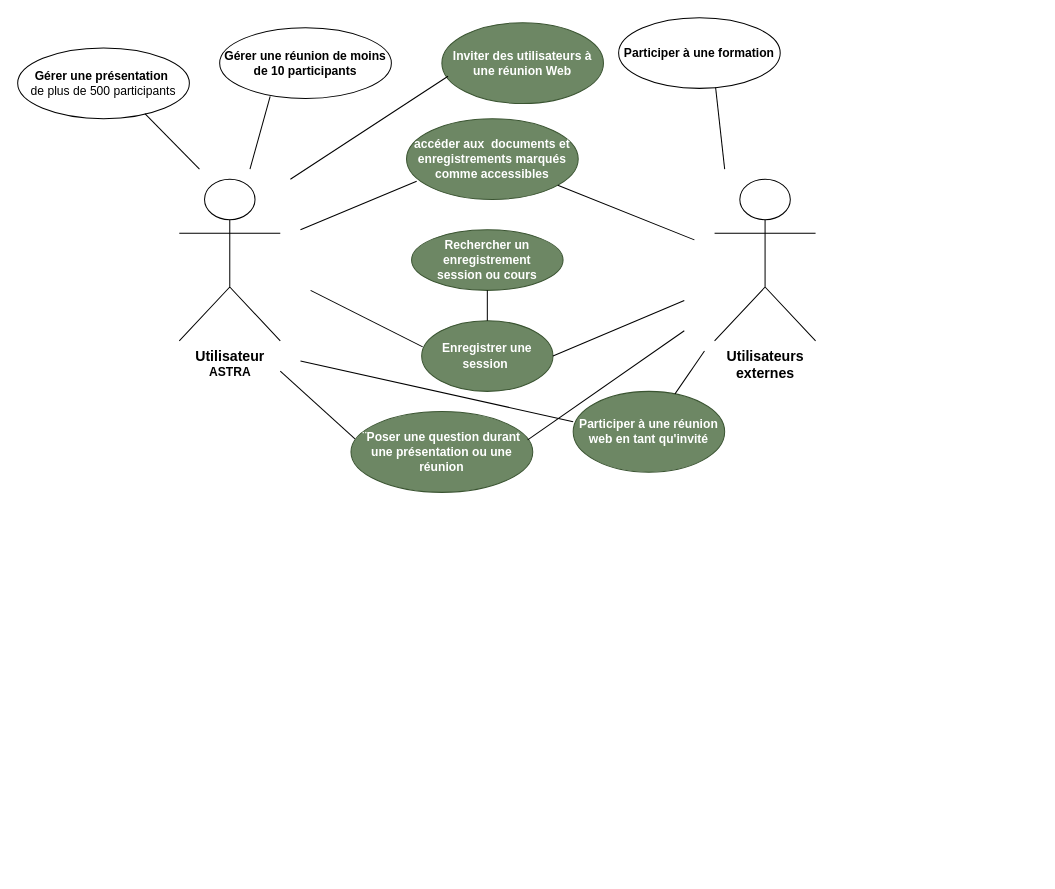
Above: page "CasUtilisation_AstraRecherche" (9 of 10) of AstraComponentDiagr.drawio in Lamessolo/ProjetLeadTech (draw.io), before the change. Source tidied: cells renumbered, new cells numbered last; positions are measured from the earlier drawing's top-left corner, leaving out a move shared by most shapes. Both pictures are drawn from the tidied source at 101%, with x=0, y=0 at pixel (17, 17).
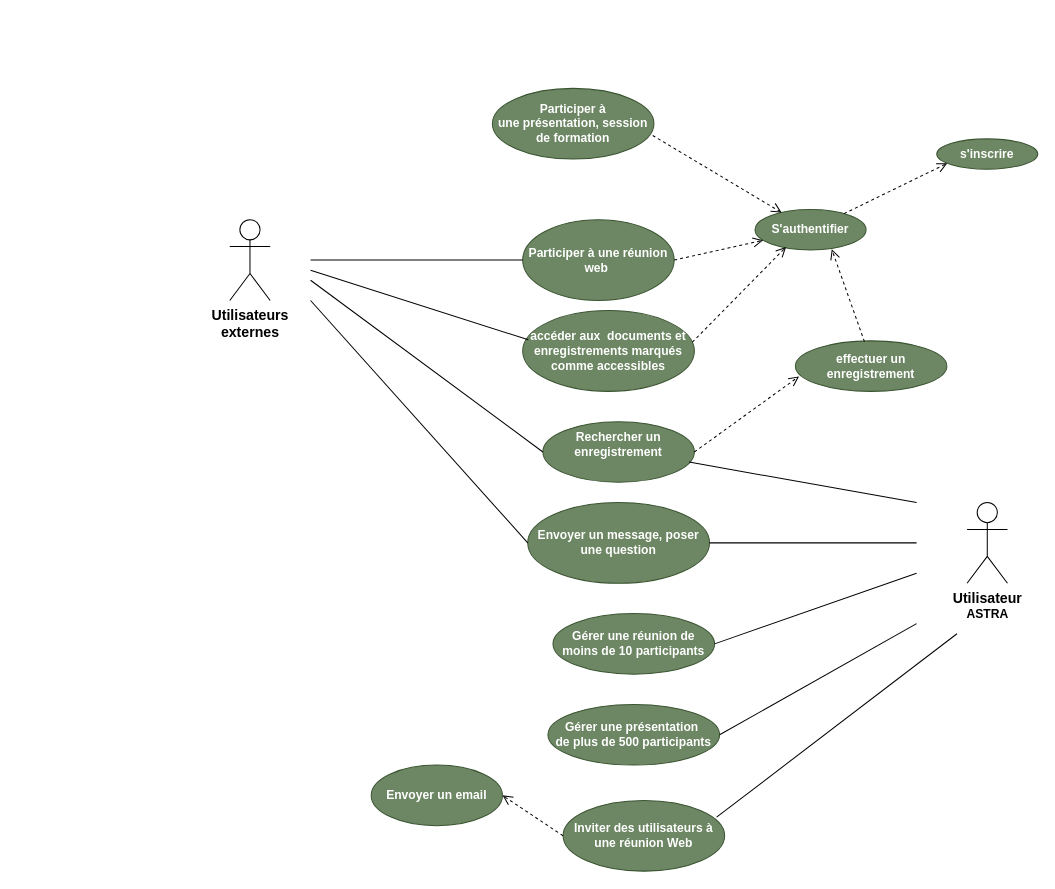
After the change.

What changed in the source:
```diff
@@
     <mxCell id="2" value="&lt;b&gt;&lt;font style=&quot;font-size: 14px&quot;&gt;Utilisateurs&lt;br&gt;externes&lt;/font&gt;&lt;/b&gt;" style="shape=umlActor;verticalLabelPosition=bottom;verticalAlign=top;html=1;" parent="1" vertex="1">
-      <mxGeometry x="690" y="160" width="100" height="160" as="geometry" />
+      <mxGeometry x="210" y="200" width="40" height="80" as="geometry" />
     </mxCell>
     <mxCell id="3" value="&lt;b&gt;&lt;span style=&quot;font-size: 14px&quot;&gt;Utilisateur&lt;br&gt;&lt;/span&gt;ASTRA&lt;/b&gt;" style="shape=umlActor;verticalLabelPosition=bottom;verticalAlign=top;html=1;" parent="1" vertex="1">
-      <mxGeometry x="160" y="160" width="100" height="160" as="geometry" />
+      <mxGeometry x="940" y="480" width="40" height="80" as="geometry" />
     </mxCell>
     <mxCell id="4" value="&lt;b&gt;Inviter des utilisateurs à&lt;/b&gt;&lt;br&gt;&lt;b&gt;une réunion&amp;nbsp;Web&lt;/b&gt;" style="ellipse;whiteSpace=wrap;html=1;fillColor=#6d8764;strokeColor=#3A5431;fontColor=#ffffff;" parent="1" vertex="1">
-      <mxGeometry x="420" y="5" width="160" height="80" as="geometry" />
+      <mxGeometry x="540" y="775" width="160" height="70" as="geometry" />
     </mxCell>
-    <mxCell id="5" value="&lt;b&gt;Participer à une formation&lt;/b&gt;" style="ellipse;whiteSpace=wrap;html=1;" parent="1" vertex="1">
-      <mxGeometry x="595" width="160" height="70" as="geometry" />
+    <mxCell id="5" value="&lt;b&gt;Participer à une&amp;nbsp;présentation, session de formation&lt;/b&gt;" style="ellipse;whiteSpace=wrap;html=1;fillColor=#6d8764;strokeColor=#3A5431;fontColor=#ffffff;" parent="1" vertex="1">
+      <mxGeometry x="470" y="70" width="160" height="70" as="geometry" />
     </mxCell>
-    <mxCell id="6" value="&lt;b&gt;Participer à une réunion&lt;br&gt;web en tant qu'invité&lt;/b&gt;" style="ellipse;whiteSpace=wrap;html=1;fillColor=#6d8764;strokeColor=#3A5431;fontColor=#ffffff;" parent="1" vertex="1">
-      <mxGeometry x="550" y="370" width="150" height="80" as="geometry" />
+    <mxCell id="6" value="&lt;b&gt;Participer à une réunion&lt;br&gt;web&amp;nbsp;&lt;/b&gt;" style="ellipse;whiteSpace=wrap;html=1;fillColor=#6d8764;strokeColor=#3A5431;fontColor=#ffffff;" parent="1" vertex="1">
+      <mxGeometry x="500" y="200" width="150" height="80" as="geometry" />
     </mxCell>
-    <mxCell id="7" value="&lt;b&gt;Enregistrer une session&amp;nbsp;&lt;/b&gt;" style="ellipse;whiteSpace=wrap;html=1;fillColor=#6d8764;strokeColor=#3A5431;fontColor=#ffffff;" parent="1" vertex="1">
-      <mxGeometry x="400" y="300" width="130" height="70" as="geometry" />
-    </mxCell>
-    <mxCell id="8" value="&lt;b&gt;¨Poser une question durant une présentation ou une réunion&lt;/b&gt;" style="ellipse;whiteSpace=wrap;html=1;fillColor=#6d8764;strokeColor=#3A5431;fontColor=#ffffff;" parent="1" vertex="1">
-      <mxGeometry x="330" y="390" width="180" height="80" as="geometry" />
+    <mxCell id="8" value="&lt;b&gt;Envoyer un message, poser une question&lt;/b&gt;" style="ellipse;whiteSpace=wrap;html=1;fillColor=#6d8764;strokeColor=#3A5431;fontColor=#ffffff;" parent="1" vertex="1">
+      <mxGeometry x="505" y="480" width="180" height="80" as="geometry" />
     </mxCell>
     <mxCell id="9" value="&lt;b&gt;accéder&amp;nbsp;aux&amp;nbsp; documents et enregistrements marqués comme accessibles&lt;/b&gt;" style="ellipse;whiteSpace=wrap;html=1;fillColor=#6d8764;strokeColor=#3A5431;fontColor=#ffffff;" parent="1" vertex="1">
-      <mxGeometry x="385" y="100" width="170" height="80" as="geometry" />
+      <mxGeometry x="500" y="290" width="170" height="80" as="geometry" />
     </mxCell>
-    <mxCell id="10" value="&lt;b&gt;Rechercher un enregistrement&lt;br&gt;session ou cours&lt;br&gt;&lt;/b&gt;" style="ellipse;whiteSpace=wrap;html=1;fillColor=#6d8764;strokeColor=#3A5431;fontColor=#ffffff;" parent="1" vertex="1">
-      <mxGeometry x="390" y="210" width="150" height="60" as="geometry" />
+    <mxCell id="10" value="&lt;b&gt;Rechercher un enregistrement&lt;br&gt;&lt;br&gt;&lt;/b&gt;" style="ellipse;whiteSpace=wrap;html=1;fillColor=#6d8764;strokeColor=#3A5431;fontColor=#ffffff;" parent="1" vertex="1">
+      <mxGeometry x="520" y="400" width="150" height="60" as="geometry" />
     </mxCell>
-    <mxCell id="11" value="&lt;b&gt;Gérer&amp;nbsp;une présentation&amp;nbsp;&lt;/b&gt;&lt;br&gt;de plus de 500 participants" style="ellipse;whiteSpace=wrap;html=1;" parent="1" vertex="1">
-      <mxGeometry y="30" width="170" height="70" as="geometry" />
+    <mxCell id="11" value="&lt;b&gt;Gérer&amp;nbsp;une présentation&amp;nbsp;&lt;br&gt;de plus de 500 participants&lt;/b&gt;" style="ellipse;whiteSpace=wrap;html=1;fillColor=#6d8764;strokeColor=#3A5431;fontColor=#ffffff;" parent="1" vertex="1">
+      <mxGeometry x="525" y="680" width="170" height="60" as="geometry" />
     </mxCell>
-    <mxCell id="12" value="&lt;b&gt;Gérer&amp;nbsp;une réunion&amp;nbsp;de moins de 10 participants&lt;/b&gt;" style="ellipse;whiteSpace=wrap;html=1;" parent="1" vertex="1">
-      <mxGeometry x="200" y="10" width="170" height="70" as="geometry" />
+    <mxCell id="12" value="&lt;b&gt;Gérer&amp;nbsp;une réunion&amp;nbsp;de moins de 10 participants&lt;/b&gt;" style="ellipse;whiteSpace=wrap;html=1;fillColor=#6d8764;strokeColor=#3A5431;fontColor=#ffffff;" parent="1" vertex="1">
+      <mxGeometry x="530" y="590" width="160" height="60" as="geometry" />
     </mxCell>
-    <mxCell id="13" style="endArrow=none;html=1;exitX=0.5;exitY=0;exitDx=0;exitDy=0;" parent="1" edge="1" source="7" target="10">
-      <mxGeometry relative="1" as="geometry" />
-    </mxCell>
-    <mxCell id="14" style="endArrow=none;html=1;entryX=0.008;entryY=0.371;entryDx=0;entryDy=0;entryPerimeter=0;" parent="1" edge="1" target="7">
-      <mxGeometry relative="1" as="geometry">
-        <mxPoint x="290" y="270" as="sourcePoint" />
-      </mxGeometry>
-    </mxCell>
-    <mxCell id="15" style="endArrow=none;html=1;exitX=1;exitY=0.5;exitDx=0;exitDy=0;" parent="1" edge="1" source="7">
-      <mxGeometry relative="1" as="geometry">
-        <mxPoint x="660" y="280" as="targetPoint" />
-      </mxGeometry>
-    </mxCell>
-    <mxCell id="16" style="endArrow=none;html=1;exitX=0.972;exitY=0.35;exitDx=0;exitDy=0;exitPerimeter=0;" parent="1" edge="1" source="8">
-      <mxGeometry relative="1" as="geometry">
-        <mxPoint x="660" y="310" as="targetPoint" />
-      </mxGeometry>
-    </mxCell>
-    <mxCell id="17" style="endArrow=none;html=1;entryX=0.022;entryY=0.338;entryDx=0;entryDy=0;entryPerimeter=0;" parent="1" edge="1" target="8">
-      <mxGeometry relative="1" as="geometry">
-        <mxPoint x="260" y="350" as="sourcePoint" />
-      </mxGeometry>
-    </mxCell>
-    <mxCell id="18" style="endArrow=none;html=1;entryX=0.059;entryY=0.775;entryDx=0;entryDy=0;entryPerimeter=0;" parent="1" edge="1" target="9">
-      <mxGeometry relative="1" as="geometry">
-        <mxPoint x="280" y="210" as="sourcePoint" />
-      </mxGeometry>
-    </mxCell>
-    <mxCell id="19" style="endArrow=none;html=1;" parent="1" edge="1" target="9">
-      <mxGeometry relative="1" as="geometry">
-        <mxPoint x="670" y="220" as="sourcePoint" />
-      </mxGeometry>
-    </mxCell>
-    <mxCell id="20" style="endArrow=none;html=1;entryX=0.038;entryY=0.663;entryDx=0;entryDy=0;entryPerimeter=0;" parent="1" edge="1" target="4">
-      <mxGeometry relative="1" as="geometry">
-        <mxPoint x="270" y="160" as="sourcePoint" />
-      </mxGeometry>
-    </mxCell>
-    <mxCell id="21" style="endArrow=none;html=1;entryX=0.294;entryY=0.971;entryDx=0;entryDy=0;entryPerimeter=0;" parent="1" edge="1" target="12">
-      <mxGeometry relative="1" as="geometry">
-        <mxPoint x="230" y="150" as="sourcePoint" />
-      </mxGeometry>
-    </mxCell>
-    <mxCell id="22" style="endArrow=none;html=1;entryX=0.741;entryY=0.929;entryDx=0;entryDy=0;entryPerimeter=0;" parent="1" edge="1" target="11">
-      <mxGeometry relative="1" as="geometry">
-        <mxPoint x="180" y="150" as="sourcePoint" />
-      </mxGeometry>
-    </mxCell>
-    <mxCell id="23" style="endArrow=none;html=1;exitX=0;exitY=0.375;exitDx=0;exitDy=0;exitPerimeter=0;" parent="1" edge="1" source="6">
-      <mxGeometry relative="1" as="geometry">
-        <mxPoint x="280" y="340" as="targetPoint" />
-      </mxGeometry>
-    </mxCell>
-    <mxCell id="24" style="endArrow=none;html=1;" parent="1" edge="1" target="6">
-      <mxGeometry relative="1" as="geometry">
-        <mxPoint x="680" y="330" as="sourcePoint" />
-      </mxGeometry>
-    </mxCell>
-    <mxCell id="25" style="endArrow=none;html=1;entryX=0.6;entryY=0.986;entryDx=0;entryDy=0;entryPerimeter=0;" parent="1" edge="1" target="5">
-      <mxGeometry relative="1" as="geometry">
-        <mxPoint x="700" y="150" as="sourcePoint" />
-      </mxGeometry>
-    </mxCell>
+    <mxCell id="26" style="endArrow=none;html=1;entryX=0;entryY=0.5;entryDx=0;entryDy=0;" parent="1" edge="1" target="8">
+      <mxGeometry relative="1" as="geometry">
+        <mxPoint x="290" y="280" as="sourcePoint" />
+      </mxGeometry>
+    </mxCell>
+    <mxCell id="27" style="endArrow=none;html=1;entryX=1;entryY=0.5;entryDx=0;entryDy=0;" parent="1" edge="1" target="8">
+      <mxGeometry relative="1" as="geometry">
+        <mxPoint x="890" y="520" as="sourcePoint" />
+      </mxGeometry>
+    </mxCell>
+    <mxCell id="28" style="endArrow=none;html=1;entryX=0;entryY=0.5;entryDx=0;entryDy=0;" parent="1" edge="1" target="6">
+      <mxGeometry relative="1" as="geometry">
+        <mxPoint x="290" y="240" as="sourcePoint" />
+      </mxGeometry>
+    </mxCell>
+    <mxCell id="29" value="&lt;b&gt;S'authentifier&lt;br&gt;&lt;/b&gt;" style="ellipse;whiteSpace=wrap;html=1;fillColor=#6d8764;strokeColor=#3A5431;fontColor=#ffffff;" parent="1" vertex="1">
+      <mxGeometry x="730" y="190" width="110" height="40" as="geometry" />
+    </mxCell>
+    <mxCell id="30" style="html=1;verticalAlign=bottom;endArrow=open;dashed=1;endSize=8;exitX=1;exitY=0.5;exitDx=0;exitDy=0;" parent="1" edge="1" source="6" target="29">
+      <mxGeometry relative="1" as="geometry" />
+    </mxCell>
+    <mxCell id="31" value="&lt;b&gt;s'inscrire&lt;br&gt;&lt;/b&gt;" style="ellipse;whiteSpace=wrap;html=1;fillColor=#6d8764;strokeColor=#3A5431;fontColor=#ffffff;" parent="1" vertex="1">
+      <mxGeometry x="910" y="120" width="100" height="30" as="geometry" />
+    </mxCell>
+    <mxCell id="32" style="html=1;verticalAlign=bottom;endArrow=open;dashed=1;endSize=8;entryX=0.104;entryY=0.807;entryDx=0;entryDy=0;entryPerimeter=0;" parent="1" edge="1" source="29" target="31">
+      <mxGeometry relative="1" as="geometry" />
+    </mxCell>
+    <mxCell id="33" style="endArrow=none;html=1;entryX=1;entryY=0.5;entryDx=0;entryDy=0;" parent="1" edge="1" target="12">
+      <mxGeometry relative="1" as="geometry">
+        <mxPoint x="890" y="550" as="sourcePoint" />
+      </mxGeometry>
+    </mxCell>
+    <mxCell id="34" style="endArrow=none;html=1;entryX=1;entryY=0.5;entryDx=0;entryDy=0;" parent="1" edge="1" target="11">
+      <mxGeometry relative="1" as="geometry">
+        <mxPoint x="890" y="600" as="sourcePoint" />
+      </mxGeometry>
+    </mxCell>
+    <mxCell id="35" style="endArrow=none;html=1;entryX=0;entryY=0.5;entryDx=0;entryDy=0;" parent="1" edge="1" target="10">
+      <mxGeometry relative="1" as="geometry">
+        <mxPoint x="290" y="260" as="sourcePoint" />
+      </mxGeometry>
+    </mxCell>
+    <mxCell id="36" style="endArrow=none;html=1;exitX=0.965;exitY=0.667;exitDx=0;exitDy=0;exitPerimeter=0;" parent="1" edge="1" source="10">
+      <mxGeometry relative="1" as="geometry">
+        <mxPoint x="890" y="480" as="targetPoint" />
+      </mxGeometry>
+    </mxCell>
+    <mxCell id="37" style="html=1;verticalAlign=bottom;endArrow=open;dashed=1;endSize=8;exitX=1;exitY=0.5;exitDx=0;exitDy=0;entryX=0.024;entryY=0.704;entryDx=0;entryDy=0;entryPerimeter=0;" parent="1" edge="1" source="10" target="38">
+      <mxGeometry relative="1" as="geometry" />
+    </mxCell>
+    <mxCell id="38" value="&lt;b&gt;effectuer un enregistrement&lt;br&gt;&lt;/b&gt;" style="ellipse;whiteSpace=wrap;html=1;fillColor=#6d8764;strokeColor=#3A5431;fontColor=#ffffff;" parent="1" vertex="1">
+      <mxGeometry x="770" y="320" width="150" height="50" as="geometry" />
+    </mxCell>
+    <mxCell id="39" style="html=1;verticalAlign=bottom;endArrow=open;dashed=1;endSize=8;exitX=0.456;exitY=0.016;exitDx=0;exitDy=0;entryX=0.691;entryY=0.98;entryDx=0;entryDy=0;exitPerimeter=0;entryPerimeter=0;" parent="1" edge="1" source="38" target="29">
+      <mxGeometry relative="1" as="geometry" />
+    </mxCell>
+    <mxCell id="40" style="endArrow=none;html=1;entryX=0.95;entryY=0.237;entryDx=0;entryDy=0;entryPerimeter=0;" parent="1" edge="1" target="4">
+      <mxGeometry relative="1" as="geometry">
+        <mxPoint x="930" y="610" as="sourcePoint" />
+      </mxGeometry>
+    </mxCell>
+    <mxCell id="41" style="html=1;verticalAlign=bottom;endArrow=open;dashed=1;endSize=8;exitX=0;exitY=0.5;exitDx=0;exitDy=0;entryX=1;entryY=0.5;entryDx=0;entryDy=0;" parent="1" edge="1" source="4" target="42">
+      <mxGeometry relative="1" as="geometry" />
+    </mxCell>
+    <mxCell id="42" value="&lt;b&gt;Envoyer un email&lt;/b&gt;" style="ellipse;whiteSpace=wrap;html=1;fillColor=#6d8764;strokeColor=#3A5431;fontColor=#ffffff;" parent="1" vertex="1">
+      <mxGeometry x="350" y="740" width="130" height="60" as="geometry" />
+    </mxCell>
+    <mxCell id="43" style="html=1;verticalAlign=bottom;endArrow=open;dashed=1;endSize=8;exitX=0.992;exitY=0.666;exitDx=0;exitDy=0;exitPerimeter=0;" parent="1" edge="1" source="5" target="29">
+      <mxGeometry relative="1" as="geometry" />
+    </mxCell>
+    <mxCell id="44" style="endArrow=none;html=1;entryX=0.033;entryY=0.362;entryDx=0;entryDy=0;entryPerimeter=0;" parent="1" edge="1" target="9">
+      <mxGeometry relative="1" as="geometry">
+        <mxPoint x="290" y="250" as="sourcePoint" />
+      </mxGeometry>
+    </mxCell>
+    <mxCell id="45" style="html=1;verticalAlign=bottom;endArrow=open;dashed=1;endSize=8;exitX=0.988;exitY=0.392;exitDx=0;exitDy=0;exitPerimeter=0;entryX=0.28;entryY=0.925;entryDx=0;entryDy=0;entryPerimeter=0;" parent="1" edge="1" source="9" target="29">
+      <mxGeometry relative="1" as="geometry" />
+    </mxCell>
```
